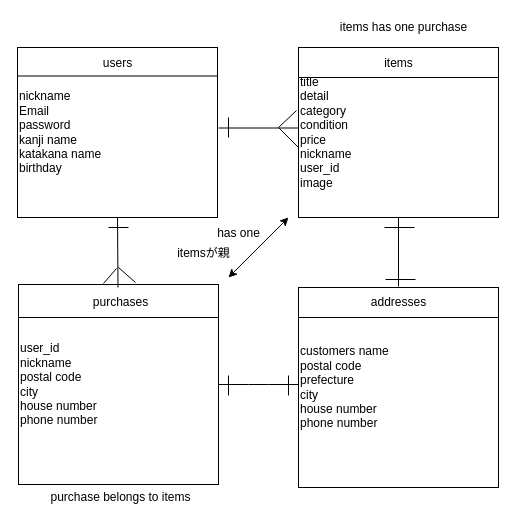
Earlier version of the draw.io diagram furima.dio (Rei-A-38/furima-33026). Source tidied: cells renumbered, new cells numbered last; positions are measured from the earlier drawing's top-left corner, leaving out a move shared by most shapes. Both pictures are drawn from the tidied source at 100%, with x=0, y=0 at pixel (17, 17).
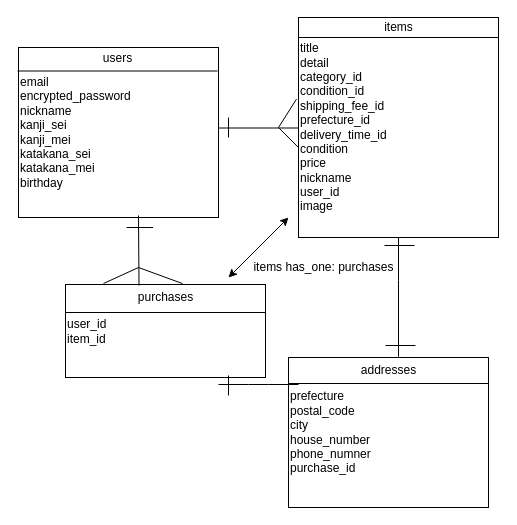
Above is the later version.

Change to the diagram source:
```diff
@@
-    <mxCell id="2" value="&lt;span style=&quot;font-weight: normal&quot;&gt;nickname&lt;br&gt;Email&amp;nbsp;&lt;br&gt;password&lt;br&gt;kanji name&lt;br&gt;katakana name&lt;br&gt;birthday&lt;/span&gt;" style="whiteSpace=wrap;html=1;fillColor=none;align=left;fontStyle=1;" parent="1" vertex="1">
-      <mxGeometry y="30" width="200" height="170" as="geometry" />
+    <mxCell id="2" value="&lt;span style=&quot;font-weight: normal&quot;&gt;email&lt;br&gt;encrypted_password&lt;br&gt;nickname&lt;br&gt;kanji_sei&lt;br&gt;kanji_mei&lt;br&gt;katakana_sei&lt;br&gt;katakana_mei&lt;br&gt;birthday&lt;br&gt;&lt;/span&gt;" style="whiteSpace=wrap;html=1;fillColor=none;align=left;fontStyle=1;" parent="1" vertex="1">
+      <mxGeometry x="1" y="30" width="200" height="170" as="geometry" />
     </mxCell>
-    <mxCell id="3" value="title&lt;br&gt;detail&lt;br&gt;category&lt;br&gt;condition&lt;br&gt;price&lt;br&gt;nickname&lt;br&gt;user_id&lt;br&gt;image" style="whiteSpace=wrap;html=1;fillColor=none;align=left;" parent="1" vertex="1">
-      <mxGeometry x="281" y="30" width="200" height="170" as="geometry" />
+    <mxCell id="3" value="title&lt;br&gt;detail&lt;br&gt;category_id&lt;br&gt;condition_id&lt;br&gt;shipping_fee_id&lt;br&gt;prefecture_id&lt;br&gt;delivery_time_id&lt;br&gt;condition&lt;br&gt;price&lt;br&gt;nickname&lt;br&gt;user_id&lt;br&gt;image" style="whiteSpace=wrap;html=1;fillColor=none;align=left;" parent="1" vertex="1">
+      <mxGeometry x="281" width="200" height="220" as="geometry" />
     </mxCell>
-    <mxCell id="4" value="user_id&lt;br&gt;nickname&lt;br&gt;postal code&lt;br&gt;city&lt;br&gt;house number&lt;br&gt;phone number" style="whiteSpace=wrap;html=1;fillColor=none;align=left;" parent="1" vertex="1">
-      <mxGeometry x="1" y="267" width="200" height="200" as="geometry" />
+    <mxCell id="4" value="user_id&lt;br&gt;item_id" style="whiteSpace=wrap;html=1;fillColor=none;align=left;" parent="1" vertex="1">
+      <mxGeometry x="48" y="267" width="200" height="93" as="geometry" />
     </mxCell>
-    <mxCell id="5" value="&lt;span&gt;customers name&lt;/span&gt;&lt;br&gt;&lt;span&gt;postal code&lt;/span&gt;&lt;br&gt;&lt;span&gt;prefecture&lt;/span&gt;&lt;br&gt;&lt;span&gt;city&lt;/span&gt;&lt;br&gt;&lt;span&gt;house number&lt;/span&gt;&lt;br&gt;&lt;span&gt;phone number&lt;/span&gt;" style="whiteSpace=wrap;html=1;fillColor=none;align=left;" parent="1" vertex="1">
-      <mxGeometry x="281" y="270" width="200" height="200" as="geometry" />
+    <mxCell id="5" value="prefecture&amp;nbsp;&lt;br&gt;postal_code&lt;br&gt;city&lt;br&gt;house_number&lt;br&gt;phone_numner&lt;br&gt;purchase_id" style="whiteSpace=wrap;html=1;fillColor=none;align=left;" parent="1" vertex="1">
+      <mxGeometry x="271" y="340" width="200" height="150" as="geometry" />
     </mxCell>
-    <mxCell id="6" style="endArrow=none;html=1;exitX=0.5;exitY=1;exitDx=0;exitDy=0;" parent="1" edge="1" source="3">
+    <mxCell id="6" style="endArrow=none;html=1;" parent="1" edge="1">
       <mxGeometry relative="1" as="geometry">
-        <mxPoint x="381" y="269" as="targetPoint" />
+        <mxPoint x="381" y="220" as="sourcePoint" />
+        <mxPoint x="381" y="273" as="targetPoint" />
         <Array as="points">
-          <mxPoint x="381" y="269" />
+          <mxPoint x="381" y="273" />
+          <mxPoint x="381" y="344" />
         </Array>
       </mxGeometry>
     </mxCell>
@@
-    <mxCell id="8" style="endArrow=none;html=1;exitX=0.5;exitY=1;exitDx=0;exitDy=0;" parent="1" edge="1" source="2">
+    <mxCell id="8" style="endArrow=none;html=1;exitX=0.5;exitY=1;exitDx=0;exitDy=0;" parent="1" edge="1">
       <mxGeometry relative="1" as="geometry">
-        <mxPoint x="100.5" y="270" as="targetPoint" />
+        <mxPoint x="121" y="198" as="sourcePoint" />
+        <mxPoint x="121.5" y="268" as="targetPoint" />
         <Array as="points">
-          <mxPoint x="100.5" y="270" />
+          <mxPoint x="121.5" y="268" />
         </Array>
       </mxGeometry>
     </mxCell>
     <mxCell id="9" style="endArrow=none;html=1;exitX=0;exitY=0.25;exitDx=0;exitDy=0;entryX=1;entryY=0.25;entryDx=0;entryDy=0;" parent="1" edge="1">
       <mxGeometry relative="1" as="geometry">
-        <mxPoint y="58.5" as="sourcePoint" />
-        <mxPoint x="200" y="58.5" as="targetPoint" />
+        <mxPoint y="53.5" as="sourcePoint" />
+        <mxPoint x="200" y="53.5" as="targetPoint" />
       </mxGeometry>
     </mxCell>
     <mxCell id="10" style="endArrow=none;html=1;exitX=0;exitY=0.25;exitDx=0;exitDy=0;entryX=1;entryY=0.25;entryDx=0;entryDy=0;" parent="1" edge="1">
       <mxGeometry relative="1" as="geometry">
-        <mxPoint x="281" y="60" as="sourcePoint" />
-        <mxPoint x="481" y="60" as="targetPoint" />
+        <mxPoint x="281" y="20" as="sourcePoint" />
+        <mxPoint x="481" y="20" as="targetPoint" />
       </mxGeometry>
     </mxCell>
     <mxCell id="11" style="endArrow=none;html=1;exitX=0;exitY=0.25;exitDx=0;exitDy=0;entryX=1;entryY=0.25;entryDx=0;entryDy=0;" parent="1" edge="1">
       <mxGeometry relative="1" as="geometry">
-        <mxPoint x="281" y="300" as="sourcePoint" />
-        <mxPoint x="481" y="300" as="targetPoint" />
+        <mxPoint x="271" y="366" as="sourcePoint" />
+        <mxPoint x="471" y="366" as="targetPoint" />
       </mxGeometry>
     </mxCell>
     <mxCell id="12" style="endArrow=none;html=1;exitX=0;exitY=0.25;exitDx=0;exitDy=0;entryX=1;entryY=0.25;entryDx=0;entryDy=0;" parent="1" edge="1">
       <mxGeometry relative="1" as="geometry">
-        <mxPoint x="1" y="300" as="sourcePoint" />
-        <mxPoint x="201" y="300" as="targetPoint" />
+        <mxPoint x="48" y="295" as="sourcePoint" />
+        <mxPoint x="248" y="295" as="targetPoint" />
       </mxGeometry>
     </mxCell>
     <mxCell id="13" value="users" style="text;html=1;align=center;verticalAlign=middle;" parent="1" vertex="1">
-      <mxGeometry x="80" y="36" width="40" height="20" as="geometry" />
+      <mxGeometry x="80" y="31" width="40" height="20" as="geometry" />
     </mxCell>
     <mxCell id="14" value="items" style="text;html=1;align=center;verticalAlign=middle;" parent="1" vertex="1">
-      <mxGeometry x="361" y="36" width="40" height="20" as="geometry" />
+      <mxGeometry x="361" width="40" height="20" as="geometry" />
     </mxCell>
     <mxCell id="15" value="purchases" style="text;html=1;align=center;verticalAlign=middle;" parent="1" vertex="1">
-      <mxGeometry x="68" y="275" width="70" height="20" as="geometry" />
+      <mxGeometry x="113" y="270" width="70" height="20" as="geometry" />
     </mxCell>
     <mxCell id="16" value="addresses" style="text;html=1;align=center;verticalAlign=middle;" parent="1" vertex="1">
-      <mxGeometry x="346" y="275" width="70" height="20" as="geometry" />
+      <mxGeometry x="336" y="343" width="70" height="20" as="geometry" />
     </mxCell>
@@
     <mxCell id="20" style="endArrow=none;html=1;" parent="1" edge="1">
       <mxGeometry relative="1" as="geometry">
-        <mxPoint x="367" y="210" as="sourcePoint" />
-        <mxPoint x="397" y="210" as="targetPoint" />
+        <mxPoint x="367" y="228" as="sourcePoint" />
+        <mxPoint x="397" y="228" as="targetPoint" />
       </mxGeometry>
     </mxCell>
     <mxCell id="21" style="endArrow=none;html=1;" parent="1" edge="1">
       <mxGeometry relative="1" as="geometry">
-        <mxPoint x="368" y="262" as="sourcePoint" />
-        <mxPoint x="398" y="262" as="targetPoint" />
+        <mxPoint x="368" y="328" as="sourcePoint" />
+        <mxPoint x="398" y="328" as="targetPoint" />
       </mxGeometry>
     </mxCell>
     <mxCell id="22" style="endArrow=none;html=1;exitX=0.435;exitY=-0.01;exitDx=0;exitDy=0;exitPerimeter=0;" parent="1" edge="1">
       <mxGeometry relative="1" as="geometry">
         <mxPoint x="86" y="266" as="sourcePoint" />
-        <mxPoint x="99" y="251" as="targetPoint" />
+        <mxPoint x="121" y="250" as="targetPoint" />
       </mxGeometry>
     </mxCell>
     <mxCell id="23" style="endArrow=none;html=1;entryX=0.585;entryY=-0.01;entryDx=0;entryDy=0;entryPerimeter=0;" parent="1" edge="1" target="4">
       <mxGeometry relative="1" as="geometry">
-        <mxPoint x="101" y="250" as="sourcePoint" />
+        <mxPoint x="121" y="250" as="sourcePoint" />
       </mxGeometry>
     </mxCell>
@@
     <mxCell id="27" style="endArrow=none;html=1;" parent="1" edge="1">
       <mxGeometry relative="1" as="geometry">
-        <mxPoint x="91" y="210" as="sourcePoint" />
-        <mxPoint x="111" y="210" as="targetPoint" />
+        <mxPoint x="109" y="210" as="sourcePoint" />
+        <mxPoint x="129" y="210" as="targetPoint" />
+        <Array as="points">
+          <mxPoint x="139" y="210" />
+        </Array>
       </mxGeometry>
     </mxCell>
@@
-    <mxCell id="29" value="has one" style="text;html=1;align=center;verticalAlign=middle;" parent="1" vertex="1">
-      <mxGeometry x="191" y="206" width="60" height="20" as="geometry" />
-    </mxCell>
-    <mxCell id="30" value="itemsが親" style="text;html=1;align=center;verticalAlign=middle;" parent="1" vertex="1">
-      <mxGeometry x="151" y="226" width="70" height="20" as="geometry" />
-    </mxCell>
-    <mxCell id="31" value="items has one purchase" style="text;html=1;align=center;verticalAlign=middle;" parent="1" vertex="1">
-      <mxGeometry x="316" width="140" height="20" as="geometry" />
-    </mxCell>
-    <mxCell id="32" value="purchase belongs to items" style="text;html=1;align=center;verticalAlign=middle;" parent="1" vertex="1">
-      <mxGeometry x="23" y="470" width="160" height="20" as="geometry" />
-    </mxCell>
+    <mxCell id="33" value="items has_one: purchases" style="text;html=1;align=center;verticalAlign=middle;" parent="1" vertex="1">
+      <mxGeometry x="226" y="240" width="160" height="20" as="geometry" />
+    </mxCell>
```
